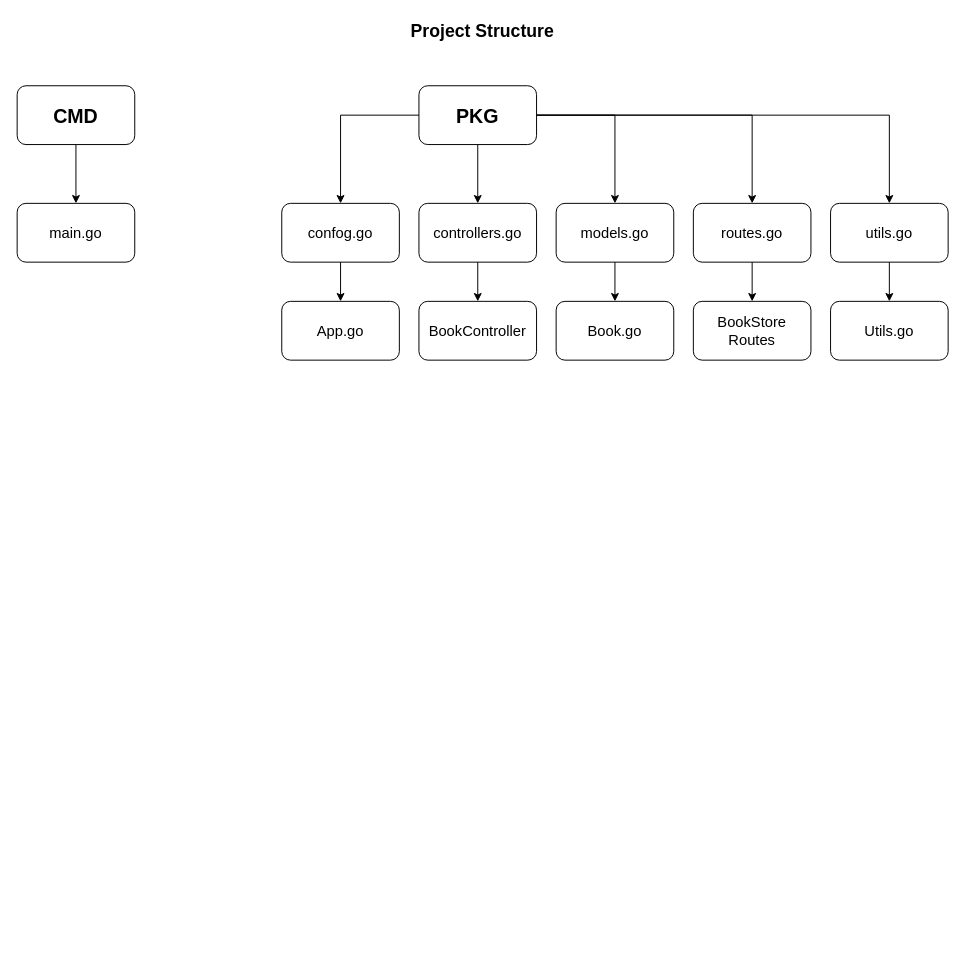
iilhamriz/testtt keeps this draw.io diagram as Golang1.drawio. Above is the earlier version. Source tidied: cells renumbered, new cells numbered last; positions are measured from the earlier drawing's top-left corner, leaving out a move shared by most shapes. Both pictures are drawn from the tidied source at 98%, with x=0, y=0 at pixel (17, 17).
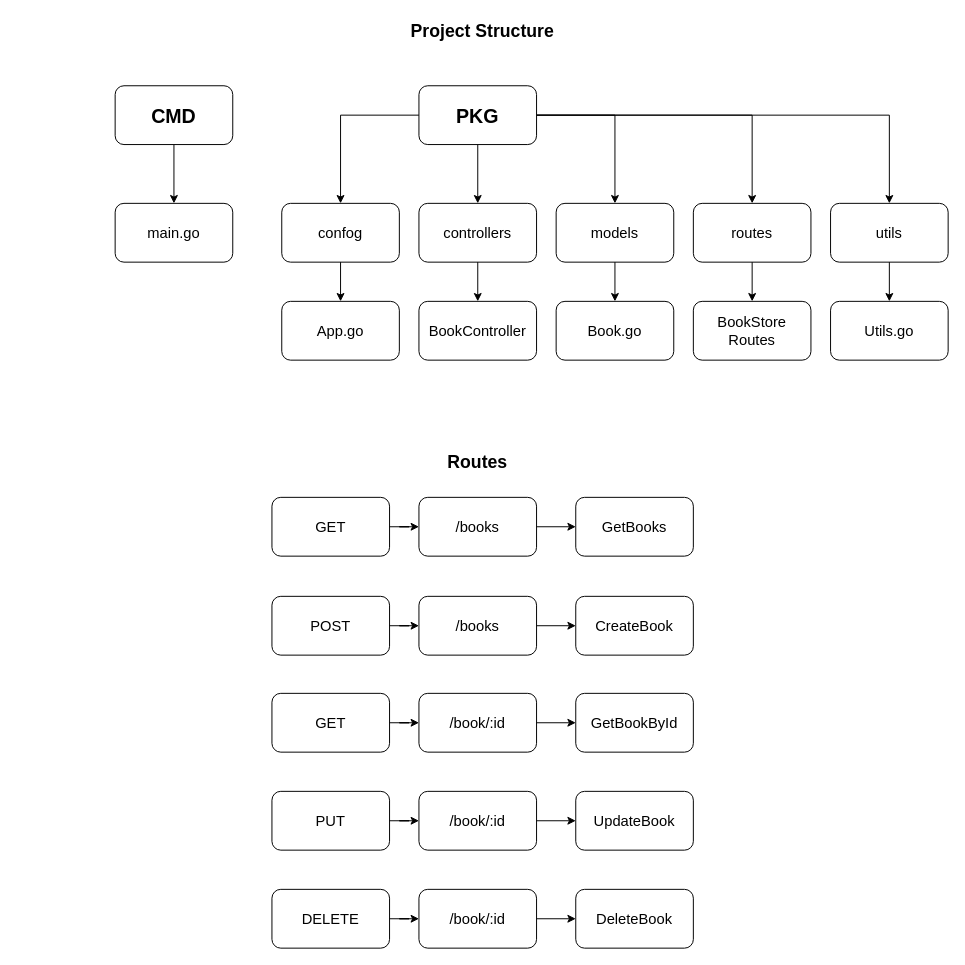
The same diagram, later.

The edit, as a diff of the source:
```diff
@@
     <mxCell id="10" value="CMD" style="rounded=1;whiteSpace=wrap;html=1;fontStyle=1;fontSize=20;" parent="1" vertex="1">
-      <mxGeometry y="70" width="120" height="60" as="geometry" />
+      <mxGeometry x="100" y="70" width="120" height="60" as="geometry" />
     </mxCell>
     <mxCell id="11" value="main.go" style="rounded=1;whiteSpace=wrap;html=1;labelBorderColor=none;fontSize=15;fillColor=none;" parent="1" vertex="1">
-      <mxGeometry y="190" width="120" height="60" as="geometry" />
+      <mxGeometry x="100" y="190" width="120" height="60" as="geometry" />
     </mxCell>
@@
-    <mxCell id="13" value="controllers.go" style="rounded=1;whiteSpace=wrap;html=1;labelBorderColor=none;fontSize=15;fillColor=none;" parent="1" vertex="1">
+    <mxCell id="13" value="controllers" style="rounded=1;whiteSpace=wrap;html=1;labelBorderColor=none;fontSize=15;fillColor=none;" parent="1" vertex="1">
       <mxGeometry x="410" y="190" width="120" height="60" as="geometry" />
     </mxCell>
@@
-    <mxCell id="15" value="confog.go" style="rounded=1;whiteSpace=wrap;html=1;labelBorderColor=none;fontSize=15;fillColor=none;" parent="1" vertex="1">
+    <mxCell id="15" value="confog" style="rounded=1;whiteSpace=wrap;html=1;labelBorderColor=none;fontSize=15;fillColor=none;" parent="1" vertex="1">
       <mxGeometry x="270" y="190" width="120" height="60" as="geometry" />
     </mxCell>
@@
-    <mxCell id="17" value="models.go" style="rounded=1;whiteSpace=wrap;html=1;labelBorderColor=none;fontSize=15;fillColor=none;" parent="1" vertex="1">
+    <mxCell id="17" value="models" style="rounded=1;whiteSpace=wrap;html=1;labelBorderColor=none;fontSize=15;fillColor=none;" parent="1" vertex="1">
       <mxGeometry x="550" y="190" width="120" height="60" as="geometry" />
     </mxCell>
@@
-    <mxCell id="19" value="routes.go" style="rounded=1;whiteSpace=wrap;html=1;labelBorderColor=none;fontSize=15;fillColor=none;" parent="1" vertex="1">
+    <mxCell id="19" value="routes" style="rounded=1;whiteSpace=wrap;html=1;labelBorderColor=none;fontSize=15;fillColor=none;" parent="1" vertex="1">
       <mxGeometry x="690" y="190" width="120" height="60" as="geometry" />
     </mxCell>
@@
-    <mxCell id="21" value="utils.go" style="rounded=1;whiteSpace=wrap;html=1;labelBorderColor=none;fontSize=15;fillColor=none;" parent="1" vertex="1">
+    <mxCell id="21" value="utils" style="rounded=1;whiteSpace=wrap;html=1;labelBorderColor=none;fontSize=15;fillColor=none;" parent="1" vertex="1">
       <mxGeometry x="830" y="190" width="120" height="60" as="geometry" />
     </mxCell>
@@
+    <mxCell id="27" value="Routes" style="text;html=1;strokeColor=none;fillColor=none;align=center;verticalAlign=middle;whiteSpace=wrap;rounded=0;fontStyle=1;labelBorderColor=none;fontSize=18;" parent="1" vertex="1">
+      <mxGeometry x="387" y="440" width="166" height="30" as="geometry" />
+    </mxCell>
+    <mxCell id="28" style="edgeStyle=orthogonalEdgeStyle;rounded=0;jettySize=auto;html=1;fontSize=15;" parent="1" edge="1" source="29" target="32">
+      <mxGeometry relative="1" as="geometry" />
+    </mxCell>
+    <mxCell id="29" value="/books" style="rounded=1;whiteSpace=wrap;html=1;labelBorderColor=none;fontSize=15;fillColor=none;" parent="1" vertex="1">
+      <mxGeometry x="410" y="490" width="120" height="60" as="geometry" />
+    </mxCell>
+    <mxCell id="30" style="edgeStyle=orthogonalEdgeStyle;rounded=0;jettySize=auto;html=1;fontSize=15;" parent="1" edge="1" source="31" target="29">
+      <mxGeometry relative="1" as="geometry" />
+    </mxCell>
+    <mxCell id="31" value="GET" style="rounded=1;whiteSpace=wrap;html=1;labelBorderColor=none;fontSize=15;fillColor=none;" parent="1" vertex="1">
+      <mxGeometry x="260" y="490" width="120" height="60" as="geometry" />
+    </mxCell>
+    <mxCell id="32" value="GetBooks" style="rounded=1;whiteSpace=wrap;html=1;labelBorderColor=none;fontSize=15;fillColor=none;" parent="1" vertex="1">
+      <mxGeometry x="570" y="490" width="120" height="60" as="geometry" />
+    </mxCell>
+    <mxCell id="33" style="edgeStyle=orthogonalEdgeStyle;rounded=0;jettySize=auto;html=1;fontSize=15;" parent="1" edge="1" source="34" target="37">
+      <mxGeometry relative="1" as="geometry" />
+    </mxCell>
+    <mxCell id="34" value="/books" style="rounded=1;whiteSpace=wrap;html=1;labelBorderColor=none;fontSize=15;fillColor=none;" parent="1" vertex="1">
+      <mxGeometry x="410" y="591" width="120" height="60" as="geometry" />
+    </mxCell>
+    <mxCell id="35" style="edgeStyle=orthogonalEdgeStyle;rounded=0;jettySize=auto;html=1;fontSize=15;" parent="1" edge="1" source="36" target="34">
+      <mxGeometry relative="1" as="geometry" />
+    </mxCell>
+    <mxCell id="36" value="POST" style="rounded=1;whiteSpace=wrap;html=1;labelBorderColor=none;fontSize=15;fillColor=none;" parent="1" vertex="1">
+      <mxGeometry x="260" y="591" width="120" height="60" as="geometry" />
+    </mxCell>
+    <mxCell id="37" value="CreateBook" style="rounded=1;whiteSpace=wrap;html=1;labelBorderColor=none;fontSize=15;fillColor=none;" parent="1" vertex="1">
+      <mxGeometry x="570" y="591" width="120" height="60" as="geometry" />
+    </mxCell>
+    <mxCell id="38" style="edgeStyle=orthogonalEdgeStyle;rounded=0;jettySize=auto;html=1;fontSize=15;" parent="1" edge="1" source="39" target="42">
+      <mxGeometry relative="1" as="geometry" />
+    </mxCell>
+    <mxCell id="39" value="/book/:id" style="rounded=1;whiteSpace=wrap;html=1;labelBorderColor=none;fontSize=15;fillColor=none;" parent="1" vertex="1">
+      <mxGeometry x="410" y="690" width="120" height="60" as="geometry" />
+    </mxCell>
+    <mxCell id="40" style="edgeStyle=orthogonalEdgeStyle;rounded=0;jettySize=auto;html=1;fontSize=15;" parent="1" edge="1" source="41" target="39">
+      <mxGeometry relative="1" as="geometry" />
+    </mxCell>
+    <mxCell id="41" value="GET" style="rounded=1;whiteSpace=wrap;html=1;labelBorderColor=none;fontSize=15;fillColor=none;" parent="1" vertex="1">
+      <mxGeometry x="260" y="690" width="120" height="60" as="geometry" />
+    </mxCell>
+    <mxCell id="42" value="GetBookById" style="rounded=1;whiteSpace=wrap;html=1;labelBorderColor=none;fontSize=15;fillColor=none;" parent="1" vertex="1">
+      <mxGeometry x="570" y="690" width="120" height="60" as="geometry" />
+    </mxCell>
+    <mxCell id="43" style="edgeStyle=orthogonalEdgeStyle;rounded=0;jettySize=auto;html=1;fontSize=15;" parent="1" edge="1" source="44" target="47">
+      <mxGeometry relative="1" as="geometry" />
+    </mxCell>
+    <mxCell id="44" value="/book/:id" style="rounded=1;whiteSpace=wrap;html=1;labelBorderColor=none;fontSize=15;fillColor=none;" parent="1" vertex="1">
+      <mxGeometry x="410" y="790" width="120" height="60" as="geometry" />
+    </mxCell>
+    <mxCell id="45" style="edgeStyle=orthogonalEdgeStyle;rounded=0;jettySize=auto;html=1;fontSize=15;" parent="1" edge="1" source="46" target="44">
+      <mxGeometry relative="1" as="geometry" />
+    </mxCell>
+    <mxCell id="46" value="PUT" style="rounded=1;whiteSpace=wrap;html=1;labelBorderColor=none;fontSize=15;fillColor=none;" parent="1" vertex="1">
+      <mxGeometry x="260" y="790" width="120" height="60" as="geometry" />
+    </mxCell>
+    <mxCell id="47" value="UpdateBook" style="rounded=1;whiteSpace=wrap;html=1;labelBorderColor=none;fontSize=15;fillColor=none;" parent="1" vertex="1">
+      <mxGeometry x="570" y="790" width="120" height="60" as="geometry" />
+    </mxCell>
+    <mxCell id="48" style="edgeStyle=orthogonalEdgeStyle;rounded=0;jettySize=auto;html=1;fontSize=15;" parent="1" edge="1" source="49" target="52">
+      <mxGeometry relative="1" as="geometry" />
+    </mxCell>
+    <mxCell id="49" value="/book/:id" style="rounded=1;whiteSpace=wrap;html=1;labelBorderColor=none;fontSize=15;fillColor=none;" parent="1" vertex="1">
+      <mxGeometry x="410" y="890" width="120" height="60" as="geometry" />
+    </mxCell>
+    <mxCell id="50" style="edgeStyle=orthogonalEdgeStyle;rounded=0;jettySize=auto;html=1;fontSize=15;" parent="1" edge="1" source="51" target="49">
+      <mxGeometry relative="1" as="geometry" />
+    </mxCell>
+    <mxCell id="51" value="DELETE" style="rounded=1;whiteSpace=wrap;html=1;labelBorderColor=none;fontSize=15;fillColor=none;" parent="1" vertex="1">
+      <mxGeometry x="260" y="890" width="120" height="60" as="geometry" />
+    </mxCell>
+    <mxCell id="52" value="DeleteBook" style="rounded=1;whiteSpace=wrap;html=1;labelBorderColor=none;fontSize=15;fillColor=none;" parent="1" vertex="1">
+      <mxGeometry x="570" y="890" width="120" height="60" as="geometry" />
+    </mxCell>
```
